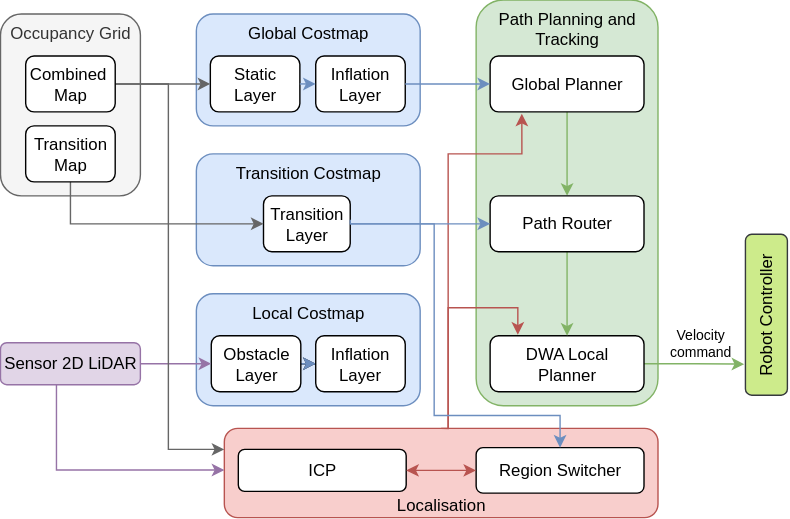
Earlier version of the draw.io export gambar/navigation_architecture.svg (bagaswizard/Buku_TA). Source tidied: cells renumbered, new cells last; positions are measured from the earlier drawing's top-left corner, leaving out a move shared by most shapes. The source it was exported from:
```xml
<mxGraphModel>
  <root>
    <mxCell id="0" />
    <mxCell id="1" parent="0" />
    <mxCell id="2" value="Localisation" style="rounded=1;whiteSpace=wrap;html=1;verticalAlign=bottom;fillColor=#f8cecc;strokeColor=#b85450;" parent="1" vertex="1">
      <mxGeometry x="160" y="306.2" width="310" height="63.8" as="geometry" />
    </mxCell>
    <mxCell id="3" value="Path Planning and Tracking" style="rounded=1;whiteSpace=wrap;html=1;verticalAlign=top;fillColor=#d5e8d4;strokeColor=#82b366;" parent="1" vertex="1">
      <mxGeometry x="340" width="130" height="290" as="geometry" />
    </mxCell>
    <mxCell id="4" style="edgeStyle=orthogonalEdgeStyle;rounded=0;jettySize=auto;html=1;entryX=0.206;entryY=1.031;entryDx=0;entryDy=0;entryPerimeter=0;fillColor=#f8cecc;strokeColor=#b85450;" parent="1" edge="1" source="2" target="23">
      <mxGeometry relative="1" as="geometry">
        <Array as="points">
          <mxPoint x="320" y="110" />
          <mxPoint x="373" y="110" />
        </Array>
      </mxGeometry>
    </mxCell>
    <mxCell id="5" style="group;" parent="1" vertex="1">
      <mxGeometry x="140" y="10" width="160" height="80" as="geometry" />
    </mxCell>
    <mxCell id="6" value="Global Costmap" style="rounded=1;whiteSpace=wrap;html=1;verticalAlign=top;fillColor=#dae8fc;strokeColor=#6c8ebf;" parent="5" vertex="1">
      <mxGeometry width="160" height="80" as="geometry" />
    </mxCell>
    <mxCell id="7" value="Static Layer" style="rounded=1;whiteSpace=wrap;html=1;" parent="5" vertex="1">
      <mxGeometry x="10" y="30" width="64" height="40" as="geometry" />
    </mxCell>
    <mxCell id="8" value="Inflation Layer" style="rounded=1;whiteSpace=wrap;html=1;" parent="5" vertex="1">
      <mxGeometry x="85.3" y="30" width="64" height="40" as="geometry" />
    </mxCell>
    <mxCell id="9" style="edgeStyle=orthogonalEdgeStyle;rounded=0;jettySize=auto;html=1;entryX=0;entryY=0.5;entryDx=0;entryDy=0;fillColor=#dae8fc;strokeColor=#6c8ebf;" parent="5" edge="1" source="7" target="8">
      <mxGeometry relative="1" as="geometry">
        <Array as="points">
          <mxPoint x="70" y="50" />
          <mxPoint x="70" y="50" />
        </Array>
      </mxGeometry>
    </mxCell>
    <mxCell id="10" style="group;" parent="1" vertex="1">
      <mxGeometry x="140" y="210" width="160" height="80" as="geometry" />
    </mxCell>
    <mxCell id="11" value="Local Costmap" style="rounded=1;whiteSpace=wrap;html=1;verticalAlign=top;fillColor=#dae8fc;strokeColor=#6c8ebf;" parent="10" vertex="1">
      <mxGeometry width="160" height="80" as="geometry" />
    </mxCell>
    <mxCell id="12" style="edgeStyle=orthogonalEdgeStyle;rounded=0;jettySize=auto;html=1;" parent="10" edge="1" source="14" target="15">
      <mxGeometry relative="1" as="geometry" />
    </mxCell>
    <mxCell id="13" style="edgeStyle=orthogonalEdgeStyle;rounded=0;jettySize=auto;html=1;fillColor=#dae8fc;strokeColor=#6c8ebf;" parent="10" edge="1" source="14" target="15">
      <mxGeometry relative="1" as="geometry" />
    </mxCell>
    <mxCell id="14" value="Obstacle Layer" style="rounded=1;whiteSpace=wrap;html=1;" parent="10" vertex="1">
      <mxGeometry x="10.7" y="30" width="64" height="40" as="geometry" />
    </mxCell>
    <mxCell id="15" value="Inflation Layer" style="rounded=1;whiteSpace=wrap;html=1;" parent="10" vertex="1">
      <mxGeometry x="85.3" y="30" width="64" height="40" as="geometry" />
    </mxCell>
    <mxCell id="16" style="group;" parent="1" vertex="1">
      <mxGeometry x="140" y="110" width="160" height="80" as="geometry" />
    </mxCell>
    <mxCell id="17" value="Transition Costmap" style="rounded=1;whiteSpace=wrap;html=1;verticalAlign=top;fillColor=#dae8fc;strokeColor=#6c8ebf;" parent="16" vertex="1">
      <mxGeometry width="160" height="80" as="geometry" />
    </mxCell>
    <mxCell id="18" value="Transition Layer" style="rounded=1;whiteSpace=wrap;html=1;" parent="16" vertex="1">
      <mxGeometry x="48" y="30" width="62" height="40" as="geometry" />
    </mxCell>
    <mxCell id="19" style="edgeStyle=orthogonalEdgeStyle;rounded=0;jettySize=auto;html=1;fillColor=#e1d5e7;strokeColor=#9673a6;" parent="1" edge="1" source="21">
      <mxGeometry relative="1" as="geometry">
        <mxPoint x="160" y="336" as="targetPoint" />
        <Array as="points">
          <mxPoint x="40" y="336" />
        </Array>
      </mxGeometry>
    </mxCell>
    <mxCell id="20" style="edgeStyle=orthogonalEdgeStyle;rounded=0;jettySize=auto;html=1;entryX=0;entryY=0.5;entryDx=0;entryDy=0;fillColor=#e1d5e7;strokeColor=#9673a6;" parent="1" edge="1" source="21" target="14">
      <mxGeometry relative="1" as="geometry" />
    </mxCell>
    <mxCell id="21" value="Sensor 2D LiDAR" style="rounded=1;whiteSpace=wrap;html=1;fillColor=#e1d5e7;strokeColor=#9673a6;" parent="1" vertex="1">
      <mxGeometry y="245" width="100" height="30" as="geometry" />
    </mxCell>
    <mxCell id="22" style="edgeStyle=orthogonalEdgeStyle;rounded=0;jettySize=auto;html=1;fillColor=#d5e8d4;strokeColor=#82b366;" parent="1" edge="1" source="23" target="35">
      <mxGeometry relative="1" as="geometry" />
    </mxCell>
    <mxCell id="23" value="Global Planner" style="rounded=1;whiteSpace=wrap;html=1;" parent="1" vertex="1">
      <mxGeometry x="350" y="40" width="110" height="40" as="geometry" />
    </mxCell>
    <mxCell id="24" style="edgeStyle=orthogonalEdgeStyle;rounded=0;jettySize=auto;html=1;entryX=0.193;entryY=-0.028;entryDx=0;entryDy=0;entryPerimeter=0;fillColor=#d5e8d4;strokeColor=#82b366;" parent="1" edge="1" source="26" target="42">
      <mxGeometry relative="1" as="geometry" />
    </mxCell>
    <mxCell id="25" value="Velocity&lt;br&gt;command" style="edgeLabel;align=center;verticalAlign=bottom;fontSize=10;html=1;convertToSvg=0;autosizeText=0;" parent="24" vertex="1">
      <mxGeometry x="-0.36" y="1" relative="1" as="geometry">
        <mxPoint x="17" y="1" as="offset" />
      </mxGeometry>
    </mxCell>
    <mxCell id="26" value="DWA Local&lt;div&gt;Planner&lt;/div&gt;" style="rounded=1;whiteSpace=wrap;html=1;" parent="1" vertex="1">
      <mxGeometry x="350" y="240" width="110" height="40" as="geometry" />
    </mxCell>
    <mxCell id="27" value="Occupancy Grid" style="rounded=1;whiteSpace=wrap;html=1;verticalAlign=top;fillColor=#f5f5f5;strokeColor=#666666;fontColor=#333333;" parent="1" vertex="1">
      <mxGeometry y="10" width="100" height="130" as="geometry" />
    </mxCell>
    <mxCell id="28" style="edgeStyle=orthogonalEdgeStyle;rounded=0;jettySize=auto;html=1;entryX=0;entryY=0.5;entryDx=0;entryDy=0;fillColor=#f5f5f5;strokeColor=#666666;" parent="1" edge="1" source="29" target="18">
      <mxGeometry relative="1" as="geometry">
        <Array as="points">
          <mxPoint x="50" y="160" />
        </Array>
      </mxGeometry>
    </mxCell>
    <mxCell id="29" value="Transition&lt;br&gt;Map" style="rounded=1;whiteSpace=wrap;html=1;" parent="1" vertex="1">
      <mxGeometry x="18" y="90" width="64" height="40" as="geometry" />
    </mxCell>
    <mxCell id="30" style="edgeStyle=orthogonalEdgeStyle;rounded=0;jettySize=auto;html=1;fillColor=#f5f5f5;strokeColor=#666666;" parent="1" edge="1" source="32" target="7">
      <mxGeometry relative="1" as="geometry" />
    </mxCell>
    <mxCell id="31" style="edgeStyle=orthogonalEdgeStyle;rounded=0;jettySize=auto;html=1;entryX=0;entryY=0.686;entryDx=0;entryDy=0;entryPerimeter=0;fillColor=#f5f5f5;strokeColor=#666666;exitX=1;exitY=0.5;exitDx=0;exitDy=0;" parent="1" edge="1" source="32">
      <mxGeometry relative="1" as="geometry">
        <mxPoint x="160" y="321.2" as="targetPoint" />
        <Array as="points">
          <mxPoint x="120" y="60" />
          <mxPoint x="120" y="321" />
        </Array>
      </mxGeometry>
    </mxCell>
    <mxCell id="32" value="Combined&amp;nbsp;&lt;div&gt;Map&lt;/div&gt;" style="rounded=1;whiteSpace=wrap;html=1;" parent="1" vertex="1">
      <mxGeometry x="18" y="40" width="64" height="40" as="geometry" />
    </mxCell>
    <mxCell id="33" style="edgeStyle=orthogonalEdgeStyle;rounded=0;jettySize=auto;html=1;exitX=1;exitY=0.5;exitDx=0;exitDy=0;fillColor=#dae8fc;strokeColor=#6c8ebf;" parent="1" edge="1" source="8" target="23">
      <mxGeometry relative="1" as="geometry" />
    </mxCell>
    <mxCell id="34" style="edgeStyle=orthogonalEdgeStyle;rounded=0;jettySize=auto;html=1;fillColor=#d5e8d4;strokeColor=#82b366;" parent="1" edge="1" source="35" target="26">
      <mxGeometry relative="1" as="geometry" />
    </mxCell>
    <mxCell id="35" value="Path&amp;nbsp;&lt;span style=&quot;background-color: transparent; color: light-dark(rgb(0, 0, 0), rgb(255, 255, 255));&quot;&gt;Router&lt;/span&gt;" style="rounded=1;whiteSpace=wrap;html=1;" parent="1" vertex="1">
      <mxGeometry x="350" y="140" width="110" height="40" as="geometry" />
    </mxCell>
    <mxCell id="36" value="Region Switcher" style="rounded=1;whiteSpace=wrap;html=1;" parent="1" vertex="1">
      <mxGeometry x="340" y="320" width="120" height="32.5" as="geometry" />
    </mxCell>
    <mxCell id="37" style="edgeStyle=orthogonalEdgeStyle;rounded=0;jettySize=auto;html=1;exitX=1;exitY=0.5;exitDx=0;exitDy=0;fillColor=#dae8fc;strokeColor=#6c8ebf;" parent="1" edge="1" source="18" target="35">
      <mxGeometry relative="1" as="geometry" />
    </mxCell>
    <mxCell id="38" style="edgeStyle=orthogonalEdgeStyle;rounded=0;jettySize=auto;html=1;entryX=0.18;entryY=-0.017;entryDx=0;entryDy=0;entryPerimeter=0;exitX=0.5;exitY=0;exitDx=0;exitDy=0;fillColor=#f8cecc;strokeColor=#b85450;" parent="1" edge="1" source="2" target="26">
      <mxGeometry relative="1" as="geometry">
        <Array as="points">
          <mxPoint x="320" y="220" />
          <mxPoint x="370" y="220" />
        </Array>
      </mxGeometry>
    </mxCell>
    <mxCell id="39" style="edgeStyle=orthogonalEdgeStyle;rounded=0;jettySize=auto;html=1;exitX=1;exitY=0.5;exitDx=0;exitDy=0;entryX=0.5;entryY=0;entryDx=0;entryDy=0;fillColor=#dae8fc;strokeColor=#6c8ebf;" parent="1" edge="1" target="36">
      <mxGeometry relative="1" as="geometry">
        <mxPoint x="250" y="157" as="sourcePoint" />
        <Array as="points">
          <mxPoint x="250" y="160" />
          <mxPoint x="310" y="160" />
          <mxPoint x="310" y="297" />
          <mxPoint x="400" y="297" />
        </Array>
      </mxGeometry>
    </mxCell>
    <mxCell id="40" value="ICP" style="rounded=1;whiteSpace=wrap;html=1;" parent="1" vertex="1">
      <mxGeometry x="170" y="321.2" width="120" height="30" as="geometry" />
    </mxCell>
    <mxCell id="41" style="endArrow=classic;html=1;rounded=0;entryX=0;entryY=0.5;entryDx=0;entryDy=0;exitX=1;exitY=0.5;exitDx=0;exitDy=0;startArrow=classic;startFill=1;fillColor=#f8cecc;strokeColor=#b85450;" parent="1" edge="1" source="40" target="36">
      <mxGeometry relative="1" as="geometry" />
    </mxCell>
    <mxCell id="42" value="Robot Controller" style="rounded=1;whiteSpace=wrap;html=1;rotation=270;fillColor=#cdeb8b;strokeColor=#36393d;" parent="1" vertex="1">
      <mxGeometry x="490" y="210" width="115" height="30" as="geometry" />
    </mxCell>
  </root>
</mxGraphModel>
```
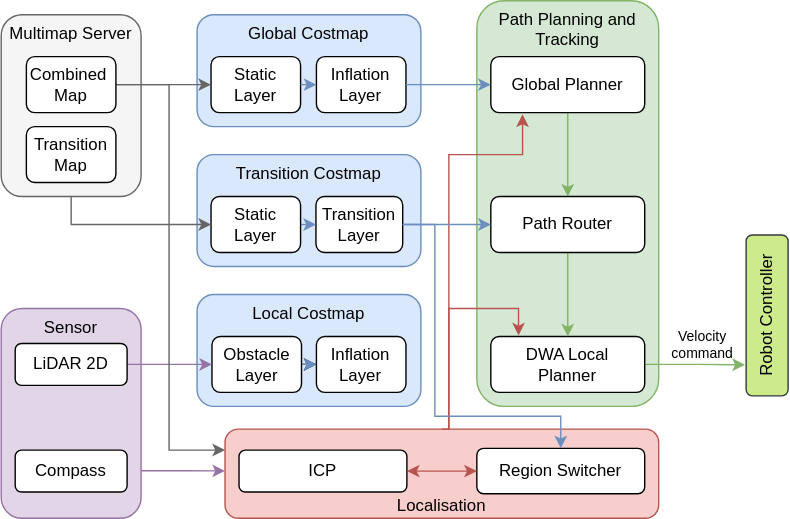
The same file after the commit.

What changed in the source:
```diff
@@ -2,6 +2,9 @@
   <root>
     <mxCell id="0" />
     <mxCell id="1" parent="0" />
+    <mxCell id="43" value="Sensor" style="rounded=1;whiteSpace=wrap;html=1;fillColor=#e1d5e7;strokeColor=#9673a6;verticalAlign=top;" parent="1" vertex="1">
+      <mxGeometry y="220" width="100" height="150" as="geometry" />
+    </mxCell>
     <mxCell id="2" value="Localisation" style="rounded=1;whiteSpace=wrap;html=1;verticalAlign=bottom;fillColor=#f8cecc;strokeColor=#b85450;" parent="1" vertex="1">
       <mxGeometry x="160" y="306.2" width="310" height="63.8" as="geometry" />
     </mxCell>
@@ -61,21 +64,19 @@
       <mxGeometry width="160" height="80" as="geometry" />
     </mxCell>
     <mxCell id="18" value="Transition Layer" style="rounded=1;whiteSpace=wrap;html=1;" parent="16" vertex="1">
-      <mxGeometry x="48" y="30" width="62" height="40" as="geometry" />
+      <mxGeometry x="85" y="30" width="62" height="40" as="geometry" />
     </mxCell>
-    <mxCell id="19" style="edgeStyle=orthogonalEdgeStyle;rounded=0;jettySize=auto;html=1;fillColor=#e1d5e7;strokeColor=#9673a6;" parent="1" edge="1" source="21">
-      <mxGeometry relative="1" as="geometry">
-        <mxPoint x="160" y="336" as="targetPoint" />
-        <Array as="points">
-          <mxPoint x="40" y="336" />
-        </Array>
-      </mxGeometry>
-    </mxCell>
+    <mxCell id="44" style="edgeStyle=orthogonalEdgeStyle;rounded=0;jettySize=auto;html=1;exitX=1;exitY=0.5;exitDx=0;exitDy=0;entryX=0;entryY=0.5;entryDx=0;entryDy=0;fillColor=#dae8fc;strokeColor=#6c8ebf;" parent="16" edge="1" source="45" target="18">
+      <mxGeometry relative="1" as="geometry" />
+    </mxCell>
+    <mxCell id="45" value="Static Layer" style="rounded=1;whiteSpace=wrap;html=1;" parent="16" vertex="1">
+      <mxGeometry x="10" y="30" width="64" height="40" as="geometry" />
+    </mxCell>
     <mxCell id="20" style="edgeStyle=orthogonalEdgeStyle;rounded=0;jettySize=auto;html=1;entryX=0;entryY=0.5;entryDx=0;entryDy=0;fillColor=#e1d5e7;strokeColor=#9673a6;" parent="1" edge="1" source="21" target="14">
       <mxGeometry relative="1" as="geometry" />
     </mxCell>
-    <mxCell id="21" value="Sensor 2D LiDAR" style="rounded=1;whiteSpace=wrap;html=1;fillColor=#e1d5e7;strokeColor=#9673a6;" parent="1" vertex="1">
-      <mxGeometry y="245" width="100" height="30" as="geometry" />
+    <mxCell id="21" value="LiDAR 2D" style="rounded=1;whiteSpace=wrap;html=1;" parent="1" vertex="1">
+      <mxGeometry x="10" y="245" width="80" height="30" as="geometry" />
     </mxCell>
     <mxCell id="22" style="edgeStyle=orthogonalEdgeStyle;rounded=0;jettySize=auto;html=1;fillColor=#d5e8d4;strokeColor=#82b366;" parent="1" edge="1" source="23" target="35">
       <mxGeometry relative="1" as="geometry" />
@@ -94,11 +95,12 @@
     <mxCell id="26" value="DWA Local&lt;div&gt;Planner&lt;/div&gt;" style="rounded=1;whiteSpace=wrap;html=1;" parent="1" vertex="1">
       <mxGeometry x="350" y="240" width="110" height="40" as="geometry" />
     </mxCell>
-    <mxCell id="27" value="Occupancy Grid" style="rounded=1;whiteSpace=wrap;html=1;verticalAlign=top;fillColor=#f5f5f5;strokeColor=#666666;fontColor=#333333;" parent="1" vertex="1">
+    <mxCell id="27" value="Multimap Server" style="rounded=1;whiteSpace=wrap;html=1;verticalAlign=top;fillColor=#f5f5f5;strokeColor=#666666;fontColor=default;" parent="1" vertex="1">
       <mxGeometry y="10" width="100" height="130" as="geometry" />
     </mxCell>
-    <mxCell id="28" style="edgeStyle=orthogonalEdgeStyle;rounded=0;jettySize=auto;html=1;entryX=0;entryY=0.5;entryDx=0;entryDy=0;fillColor=#f5f5f5;strokeColor=#666666;" parent="1" edge="1" source="29" target="18">
+    <mxCell id="28" style="edgeStyle=orthogonalEdgeStyle;rounded=0;jettySize=auto;html=1;fillColor=#f5f5f5;strokeColor=#666666;entryX=0;entryY=0.5;entryDx=0;entryDy=0;" parent="1" edge="1" target="45">
       <mxGeometry relative="1" as="geometry">
+        <mxPoint x="50" y="140" as="sourcePoint" />
         <Array as="points">
           <mxPoint x="50" y="160" />
         </Array>
@@ -145,11 +147,9 @@
         </Array>
       </mxGeometry>
     </mxCell>
-    <mxCell id="39" style="edgeStyle=orthogonalEdgeStyle;rounded=0;jettySize=auto;html=1;exitX=1;exitY=0.5;exitDx=0;exitDy=0;entryX=0.5;entryY=0;entryDx=0;entryDy=0;fillColor=#dae8fc;strokeColor=#6c8ebf;" parent="1" edge="1" target="36">
+    <mxCell id="39" style="edgeStyle=orthogonalEdgeStyle;rounded=0;jettySize=auto;html=1;exitX=1;exitY=0.5;exitDx=0;exitDy=0;entryX=0.5;entryY=0;entryDx=0;entryDy=0;fillColor=#dae8fc;strokeColor=#6c8ebf;" parent="1" edge="1" source="18" target="36">
       <mxGeometry relative="1" as="geometry">
-        <mxPoint x="250" y="157" as="sourcePoint" />
         <Array as="points">
-          <mxPoint x="250" y="160" />
           <mxPoint x="310" y="160" />
           <mxPoint x="310" y="297" />
           <mxPoint x="400" y="297" />
@@ -165,5 +165,13 @@
     <mxCell id="42" value="Robot Controller" style="rounded=1;whiteSpace=wrap;html=1;rotation=270;fillColor=#cdeb8b;strokeColor=#36393d;" parent="1" vertex="1">
       <mxGeometry x="490" y="210" width="115" height="30" as="geometry" />
     </mxCell>
+    <mxCell id="46" value="Compass" style="rounded=1;whiteSpace=wrap;html=1;" parent="1" vertex="1">
+      <mxGeometry x="10" y="321.2" width="80" height="30" as="geometry" />
+    </mxCell>
+    <mxCell id="47" style="edgeStyle=orthogonalEdgeStyle;rounded=0;jettySize=auto;html=1;entryX=0;entryY=0.469;entryDx=0;entryDy=0;entryPerimeter=0;fillColor=#e1d5e7;strokeColor=#9673a6;" parent="1" edge="1" target="2">
+      <mxGeometry relative="1" as="geometry">
+        <mxPoint x="100" y="336" as="sourcePoint" />
+      </mxGeometry>
+    </mxCell>
   </root>
 </mxGraphModel>
```
